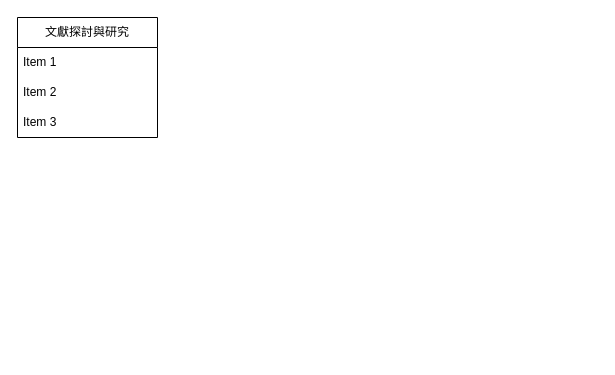
This is 研究架構.drawio from calvink11/project, a draw.io file, before an edit. Source tidied: cells renumbered, new cells numbered last; positions are measured from the earlier drawing's top-left corner, leaving out a move shared by most shapes. Both pictures are drawn from the tidied source at 100%, with x=0, y=0 at pixel (17, 17).
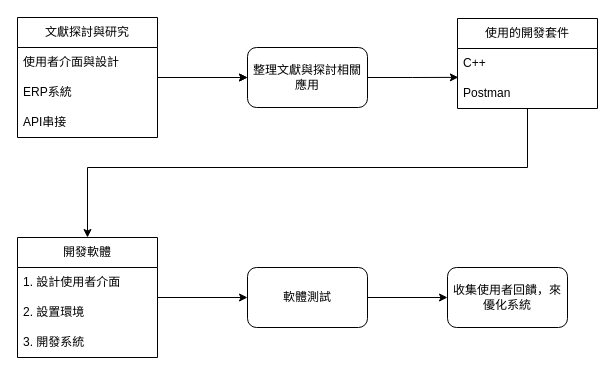
The same page after the edit.

The change refers to these unchanged cells:
```xml
<mxCell id="2" value="文獻探討與研究" style="swimlane;fontStyle=0;horizontal=1;startSize=30;whiteSpace=wrap;html=1;" parent="1" vertex="1">
  <mxGeometry width="140" height="120" as="geometry" />
</mxCell>
```

Diff of the diagram source:
```diff
@@
+    <mxCell id="6" style="edgeStyle=orthogonalEdgeStyle;rounded=0;jettySize=auto;html=1;" parent="1" edge="1" source="2" target="9">
+      <mxGeometry relative="1" as="geometry" />
+    </mxCell>
+    <mxCell id="7" style="edgeStyle=orthogonalEdgeStyle;rounded=0;jettySize=auto;html=1;" parent="1" edge="1" source="2" target="9">
+      <mxGeometry relative="1" as="geometry" />
+    </mxCell>
@@
-    <mxCell id="3" value="Item 1" style="text;strokeColor=none;fillColor=none;align=left;verticalAlign=middle;spacingLeft=4;spacingRight=4;overflow=hidden;whiteSpace=wrap;html=1;" parent="2" vertex="1">
+    <mxCell id="3" value="使用者介面與設計" style="text;strokeColor=none;fillColor=none;align=left;verticalAlign=middle;spacingLeft=4;spacingRight=4;overflow=hidden;whiteSpace=wrap;html=1;" parent="2" vertex="1">
       <mxGeometry y="30" width="140" height="30" as="geometry" />
     </mxCell>
-    <mxCell id="4" value="Item 2" style="text;strokeColor=none;fillColor=none;align=left;verticalAlign=middle;spacingLeft=4;spacingRight=4;overflow=hidden;whiteSpace=wrap;html=1;" parent="2" vertex="1">
+    <mxCell id="4" value="ERP系統" style="text;strokeColor=none;fillColor=none;align=left;verticalAlign=middle;spacingLeft=4;spacingRight=4;overflow=hidden;whiteSpace=wrap;html=1;" parent="2" vertex="1">
       <mxGeometry y="60" width="140" height="30" as="geometry" />
     </mxCell>
-    <mxCell id="5" value="Item 3" style="text;strokeColor=none;fillColor=none;align=left;verticalAlign=middle;spacingLeft=4;spacingRight=4;overflow=hidden;whiteSpace=wrap;html=1;" parent="2" vertex="1">
+    <mxCell id="5" value="API串接" style="text;strokeColor=none;fillColor=none;align=left;verticalAlign=middle;spacingLeft=4;spacingRight=4;overflow=hidden;whiteSpace=wrap;html=1;" parent="2" vertex="1">
       <mxGeometry y="90" width="140" height="30" as="geometry" />
     </mxCell>
+    <mxCell id="8" style="edgeStyle=orthogonalEdgeStyle;rounded=0;jettySize=auto;html=1;exitX=1;exitY=0.5;exitDx=0;exitDy=0;entryX=0.006;entryY=0.962;entryDx=0;entryDy=0;entryPerimeter=0;" parent="1" edge="1" source="9" target="12">
+      <mxGeometry relative="1" as="geometry" />
+    </mxCell>
+    <mxCell id="9" value="整理文獻與探討相關應用" style="rounded=1;whiteSpace=wrap;html=1;fontStyle=0;startSize=30;" parent="1" vertex="1">
+      <mxGeometry x="230" y="30" width="120" height="60" as="geometry" />
+    </mxCell>
+    <mxCell id="10" style="edgeStyle=orthogonalEdgeStyle;rounded=0;jettySize=auto;html=1;" parent="1" edge="1" source="11" target="15">
+      <mxGeometry relative="1" as="geometry">
+        <Array as="points">
+          <mxPoint x="510" y="150" />
+          <mxPoint x="70" y="150" />
+        </Array>
+      </mxGeometry>
+    </mxCell>
+    <mxCell id="11" value="使用的開發套件" style="swimlane;fontStyle=0;horizontal=1;startSize=30;whiteSpace=wrap;html=1;" parent="1" vertex="1">
+      <mxGeometry x="440" y="1" width="140" height="90" as="geometry" />
+    </mxCell>
+    <mxCell id="12" value="C++" style="text;strokeColor=none;fillColor=none;align=left;verticalAlign=middle;spacingLeft=4;spacingRight=4;overflow=hidden;points=[[0,0.5],[1,0.5]];portConstraint=eastwest;whiteSpace=wrap;html=1;" parent="11" vertex="1">
+      <mxGeometry y="30" width="140" height="30" as="geometry" />
+    </mxCell>
+    <mxCell id="13" value="Postman" style="text;strokeColor=none;fillColor=none;align=left;verticalAlign=middle;spacingLeft=4;spacingRight=4;overflow=hidden;whiteSpace=wrap;html=1;" parent="11" vertex="1">
+      <mxGeometry y="60" width="140" height="30" as="geometry" />
+    </mxCell>
+    <mxCell id="14" style="edgeStyle=orthogonalEdgeStyle;rounded=0;jettySize=auto;html=1;" parent="1" edge="1" source="15" target="20">
+      <mxGeometry relative="1" as="geometry" />
+    </mxCell>
+    <mxCell id="15" value="開發軟體" style="swimlane;fontStyle=0;horizontal=1;startSize=30;whiteSpace=wrap;html=1;" parent="1" vertex="1">
+      <mxGeometry y="220" width="140" height="120" as="geometry" />
+    </mxCell>
+    <mxCell id="16" value="1. 設計使用者介面" style="text;strokeColor=none;fillColor=none;align=left;verticalAlign=middle;spacingLeft=4;spacingRight=4;overflow=hidden;whiteSpace=wrap;html=1;" parent="15" vertex="1">
+      <mxGeometry y="30" width="140" height="30" as="geometry" />
+    </mxCell>
+    <mxCell id="17" value="2. 設置環境" style="text;strokeColor=none;fillColor=none;align=left;verticalAlign=middle;spacingLeft=4;spacingRight=4;overflow=hidden;whiteSpace=wrap;html=1;" parent="15" vertex="1">
+      <mxGeometry y="60" width="140" height="30" as="geometry" />
+    </mxCell>
+    <mxCell id="18" value="3. 開發系統" style="text;strokeColor=none;fillColor=none;align=left;verticalAlign=middle;spacingLeft=4;spacingRight=4;overflow=hidden;whiteSpace=wrap;html=1;" parent="15" vertex="1">
+      <mxGeometry y="90" width="140" height="30" as="geometry" />
+    </mxCell>
+    <mxCell id="19" style="edgeStyle=orthogonalEdgeStyle;rounded=0;jettySize=auto;html=1;" parent="1" edge="1" source="20" target="21">
+      <mxGeometry relative="1" as="geometry" />
+    </mxCell>
+    <mxCell id="20" value="軟體測試" style="rounded=1;whiteSpace=wrap;html=1;" parent="1" vertex="1">
+      <mxGeometry x="230" y="250" width="120" height="60" as="geometry" />
+    </mxCell>
+    <mxCell id="21" value="收集使用者回饋，來優化系統" style="rounded=1;whiteSpace=wrap;html=1;" parent="1" vertex="1">
+      <mxGeometry x="430" y="250" width="120" height="60" as="geometry" />
+    </mxCell>
```
